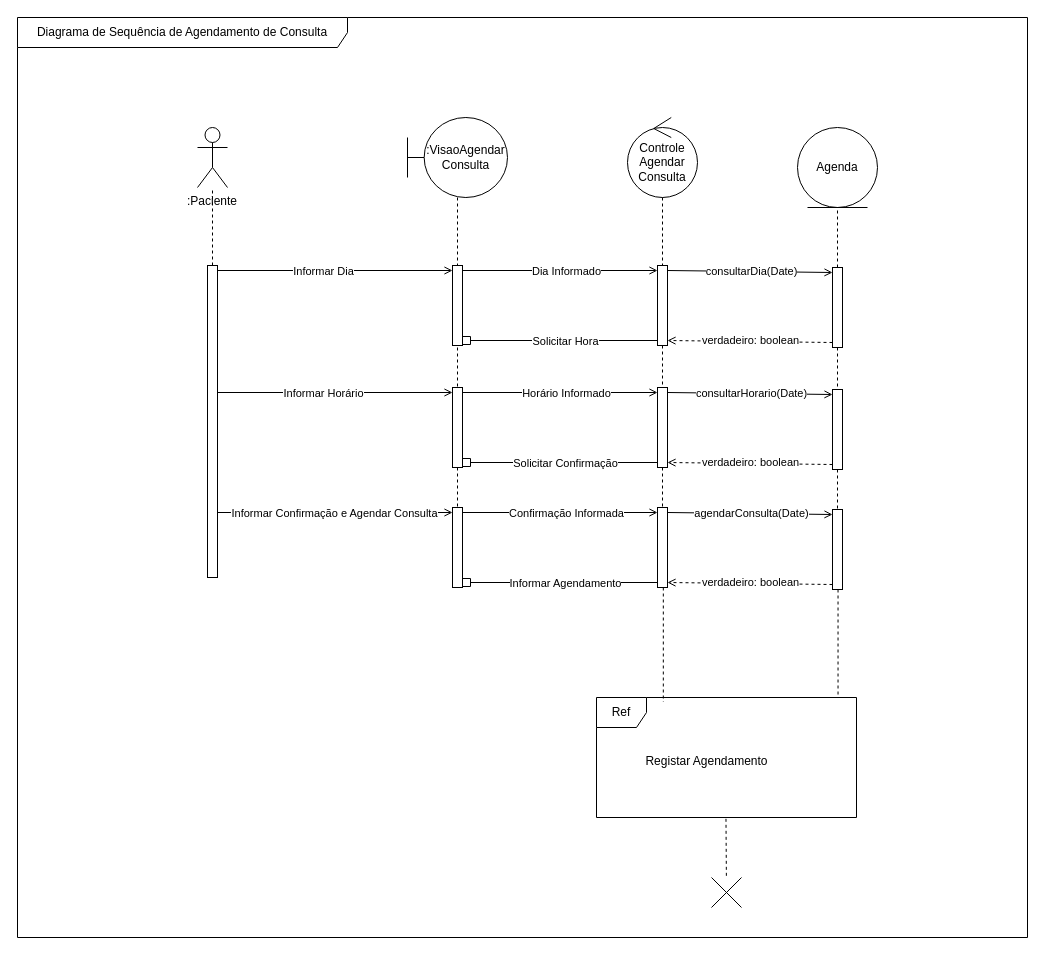
Above: Diagrama_de_sequencia_3.drawio in ProjetoDelimeterSite/DelimeterDocumantacao (draw.io), before the change. Source tidied: cells renumbered, new cells numbered last; positions are measured from the earlier drawing's top-left corner, leaving out a move shared by most shapes. Both pictures are drawn from the tidied source at 100%, with x=0, y=0 at pixel (17, 17).
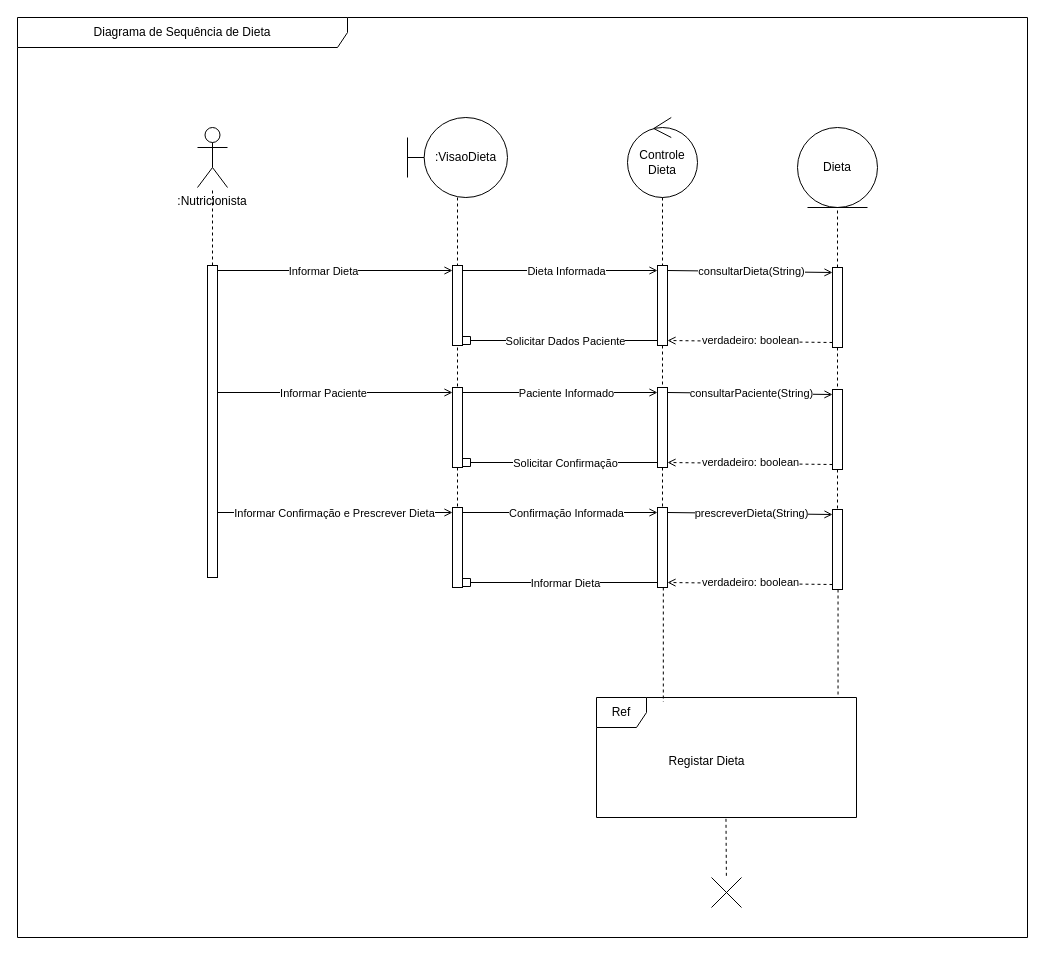
After the change.

Unchanged cells that the change refers to:
```xml
<mxCell id="14" style="edgeStyle=none;jettySize=auto;html=1;rounded=0;entryX=0;entryY=0;entryDx=0;entryDy=5;entryPerimeter=0;exitX=1;exitY=0;exitDx=0;exitDy=5;exitPerimeter=0;endArrow=open;endFill=0;" parent="1" edge="1" source="3" target="6">
  <mxGeometry relative="1" as="geometry" />
</mxCell>
<mxCell id="16" style="edgeStyle=none;jettySize=auto;html=1;rounded=0;entryX=0;entryY=0;entryDx=0;entryDy=5;entryPerimeter=0;exitX=1;exitY=0;exitDx=0;exitDy=5;exitPerimeter=0;endArrow=open;endFill=0;" parent="1" edge="1" source="6" target="10">
  <mxGeometry relative="1" as="geometry" />
</mxCell>
<mxCell id="18" style="edgeStyle=none;jettySize=auto;html=1;rounded=0;entryX=0;entryY=0;entryDx=0;entryDy=5;entryPerimeter=0;exitX=1;exitY=0;exitDx=0;exitDy=5;exitPerimeter=0;endArrow=open;endFill=0;" parent="1" edge="1" source="10" target="12">
  <mxGeometry relative="1" as="geometry" />
</mxCell>
<mxCell id="22" style="edgeStyle=none;jettySize=auto;html=1;rounded=0;entryX=1;entryY=1;entryDx=0;entryDy=-5;entryPerimeter=0;exitX=0;exitY=1;exitDx=0;exitDy=-5;exitPerimeter=0;endArrow=box;endFill=0;" parent="1" edge="1" source="10" target="6">
  <mxGeometry relative="1" as="geometry" />
</mxCell>
<mxCell id="27" style="edgeStyle=none;jettySize=auto;html=1;rounded=0;entryX=0;entryY=0;entryDx=0;entryDy=5;entryPerimeter=0;exitX=1;exitY=0;exitDx=0;exitDy=5;exitPerimeter=0;endArrow=open;endFill=0;" parent="1" edge="1" source="24" target="25">
  <mxGeometry relative="1" as="geometry" />
</mxCell>
<mxCell id="29" style="edgeStyle=none;jettySize=auto;html=1;rounded=0;entryX=0;entryY=0;entryDx=0;entryDy=5;entryPerimeter=0;exitX=1;exitY=0;exitDx=0;exitDy=5;exitPerimeter=0;endArrow=open;endFill=0;" parent="1" edge="1" source="25" target="26">
  <mxGeometry relative="1" as="geometry" />
</mxCell>
<mxCell id="35" style="edgeStyle=none;jettySize=auto;html=1;rounded=0;entryX=0;entryY=0;entryDx=0;entryDy=5;entryPerimeter=0;endArrow=open;endFill=0;" parent="1" edge="1" source="3" target="24">
  <mxGeometry relative="1" as="geometry" />
</mxCell>
<mxCell id="39" style="edgeStyle=none;jettySize=auto;html=1;rounded=0;entryX=0;entryY=0;entryDx=0;entryDy=5;entryPerimeter=0;exitX=1;exitY=0;exitDx=0;exitDy=5;exitPerimeter=0;endArrow=open;endFill=0;" parent="1" edge="1" source="48" target="49">
  <mxGeometry relative="1" as="geometry" />
</mxCell>
<mxCell id="43" style="edgeStyle=none;jettySize=auto;html=1;rounded=0;entryX=1;entryY=1;entryDx=0;entryDy=-5;entryPerimeter=0;exitX=0;exitY=1;exitDx=0;exitDy=-5;exitPerimeter=0;endArrow=box;endFill=0;" parent="1" edge="1" source="48" target="47">
  <mxGeometry relative="1" as="geometry" />
</mxCell>
<mxCell id="45" style="edgeStyle=none;jettySize=auto;html=1;rounded=0;entryX=0;entryY=0;entryDx=0;entryDy=5;entryPerimeter=0;endArrow=open;endFill=0;" parent="1" edge="1" source="3" target="47">
  <mxGeometry relative="1" as="geometry" />
</mxCell>
<mxCell id="56" value="Ref" style="shape=umlFrame;whiteSpace=wrap;html=1;width=50;" parent="1" vertex="1">
  <mxGeometry x="579" y="680" width="260" height="120" as="geometry" />
</mxCell>
```

What changed in the source:
```diff
@@
-    <mxCell id="4" value="&lt;span style=&quot;&quot;&gt;:Paciente&lt;/span&gt;" style="shape=umlActor;verticalLabelPosition=bottom;verticalAlign=top;html=1;labelBackgroundColor=none;labelBorderColor=none;textShadow=0;whiteSpace=wrap;" parent="1" vertex="1">
+    <mxCell id="4" value="&lt;span style=&quot;&quot;&gt;:Nutricionista&lt;/span&gt;" style="shape=umlActor;verticalLabelPosition=bottom;verticalAlign=top;html=1;labelBackgroundColor=none;labelBorderColor=none;textShadow=0;whiteSpace=wrap;" parent="1" vertex="1">
       <mxGeometry x="180" y="110" width="30" height="60" as="geometry" />
     </mxCell>
-    <mxCell id="5" value=":VisaoAgendar&lt;div&gt;Consulta&lt;/div&gt;" style="shape=umlBoundary;whiteSpace=wrap;html=1;" parent="1" vertex="1">
+    <mxCell id="5" value=":VisaoDieta" style="shape=umlBoundary;whiteSpace=wrap;html=1;" parent="1" vertex="1">
       <mxGeometry x="390" y="100" width="100" height="80" as="geometry" />
     </mxCell>
@@
-    <mxCell id="8" value="Controle&lt;div&gt;Agendar&lt;div&gt;Consulta&lt;/div&gt;&lt;/div&gt;" style="ellipse;shape=umlControl;whiteSpace=wrap;html=1;" parent="1" vertex="1">
+    <mxCell id="8" value="Controle&lt;div&gt;Dieta&lt;/div&gt;" style="ellipse;shape=umlControl;whiteSpace=wrap;html=1;" parent="1" vertex="1">
       <mxGeometry x="610" y="100" width="70" height="80" as="geometry" />
     </mxCell>
-    <mxCell id="9" value="Agenda" style="ellipse;shape=umlEntity;whiteSpace=wrap;html=1;" parent="1" vertex="1">
+    <mxCell id="9" value="Dieta" style="ellipse;shape=umlEntity;whiteSpace=wrap;html=1;" parent="1" vertex="1">
       <mxGeometry x="780" y="110" width="80" height="80" as="geometry" />
     </mxCell>
@@
-    <mxCell id="15" value="Informar Dia" style="edgeLabel;html=1;align=center;verticalAlign=middle;" parent="14" vertex="1">
+    <mxCell id="15" value="Informar Dieta" style="edgeLabel;html=1;align=center;verticalAlign=middle;" parent="14" vertex="1">
       <mxGeometry x="-0.25" relative="1" as="geometry">
         <mxPoint x="17" as="offset" />
       </mxGeometry>
     </mxCell>
@@
-    <mxCell id="17" value="Dia Informado" style="edgeLabel;html=1;align=center;verticalAlign=middle;" parent="16" vertex="1">
+    <mxCell id="17" value="Dieta Informada" style="edgeLabel;html=1;align=center;verticalAlign=middle;" parent="16" vertex="1">
       <mxGeometry x="-0.25" relative="1" as="geometry">
         <mxPoint x="30" as="offset" />
       </mxGeometry>
     </mxCell>
@@
-    <mxCell id="19" value="consultarDia(Date)" style="edgeLabel;html=1;align=center;verticalAlign=middle;" parent="18" vertex="1">
+    <mxCell id="19" value="consultarDieta(String)" style="edgeLabel;html=1;align=center;verticalAlign=middle;" parent="18" vertex="1">
       <mxGeometry x="-0.25" relative="1" as="geometry">
         <mxPoint x="22" as="offset" />
       </mxGeometry>
     </mxCell>
@@
-    <mxCell id="23" value="Solicitar Hora" style="edgeLabel;html=1;align=center;verticalAlign=middle;" parent="22" vertex="1">
+    <mxCell id="23" value="Solicitar Dados Paciente" style="edgeLabel;html=1;align=center;verticalAlign=middle;" parent="22" vertex="1">
       <mxGeometry x="-0.25" relative="1" as="geometry">
         <mxPoint x="-20" as="offset" />
       </mxGeometry>
     </mxCell>
@@
-    <mxCell id="28" value="Horário Informado" style="edgeLabel;html=1;align=center;verticalAlign=middle;" parent="27" vertex="1">
+    <mxCell id="28" value="Paciente Informado" style="edgeLabel;html=1;align=center;verticalAlign=middle;" parent="27" vertex="1">
       <mxGeometry x="-0.25" relative="1" as="geometry">
         <mxPoint x="30" as="offset" />
       </mxGeometry>
     </mxCell>
@@
-    <mxCell id="30" value="consultarHorario(Date)" style="edgeLabel;html=1;align=center;verticalAlign=middle;" parent="29" vertex="1">
+    <mxCell id="30" value="consultarPaciente(String)" style="edgeLabel;html=1;align=center;verticalAlign=middle;" parent="29" vertex="1">
       <mxGeometry x="-0.25" relative="1" as="geometry">
         <mxPoint x="22" as="offset" />
       </mxGeometry>
     </mxCell>
@@
-    <mxCell id="36" value="Informar Horário" style="edgeLabel;html=1;align=center;verticalAlign=middle;" parent="35" vertex="1">
+    <mxCell id="36" value="Informar Paciente" style="edgeLabel;html=1;align=center;verticalAlign=middle;" parent="35" vertex="1">
       <mxGeometry x="-0.25" relative="1" as="geometry">
         <mxPoint x="17" as="offset" />
       </mxGeometry>
     </mxCell>
@@
-    <mxCell id="40" value="agendarConsulta(Date)" style="edgeLabel;html=1;align=center;verticalAlign=middle;" parent="39" vertex="1">
+    <mxCell id="40" value="prescreverDieta(String)" style="edgeLabel;html=1;align=center;verticalAlign=middle;" parent="39" vertex="1">
       <mxGeometry x="-0.25" relative="1" as="geometry">
         <mxPoint x="22" as="offset" />
       </mxGeometry>
     </mxCell>
@@
-    <mxCell id="44" value="Informar Agendamento" style="edgeLabel;html=1;align=center;verticalAlign=middle;" parent="43" vertex="1">
+    <mxCell id="44" value="Informar Dieta" style="edgeLabel;html=1;align=center;verticalAlign=middle;" parent="43" vertex="1">
       <mxGeometry x="-0.25" relative="1" as="geometry">
         <mxPoint x="-20" as="offset" />
       </mxGeometry>
     </mxCell>
@@
-    <mxCell id="46" value="Informar Confirmação e Agendar Consulta" style="edgeLabel;html=1;align=center;verticalAlign=middle;" parent="45" vertex="1">
+    <mxCell id="46" value="Informar Confirmação e Prescrever Dieta" style="edgeLabel;html=1;align=center;verticalAlign=middle;" parent="45" vertex="1">
       <mxGeometry x="-0.25" relative="1" as="geometry">
         <mxPoint x="28" as="offset" />
       </mxGeometry>
     </mxCell>
@@
-    <mxCell id="57" value="Registar Agendamento" style="text;align=center;html=1;" parent="56" vertex="1">
+    <mxCell id="57" value="Registar Dieta" style="text;align=center;html=1;" parent="56" vertex="1">
       <mxGeometry width="100" height="20" relative="1" as="geometry">
         <mxPoint x="60" y="50" as="offset" />
       </mxGeometry>
     </mxCell>
@@
-    <mxCell id="60" value="Diagrama de Sequência de Agendamento de Consulta" style="shape=umlFrame;whiteSpace=wrap;html=1;width=330;height=30;" parent="1" vertex="1">
+    <mxCell id="60" value="Diagrama de Sequência de Dieta" style="shape=umlFrame;whiteSpace=wrap;html=1;width=330;height=30;" parent="1" vertex="1">
       <mxGeometry width="1010" height="920" as="geometry" />
     </mxCell>
```
